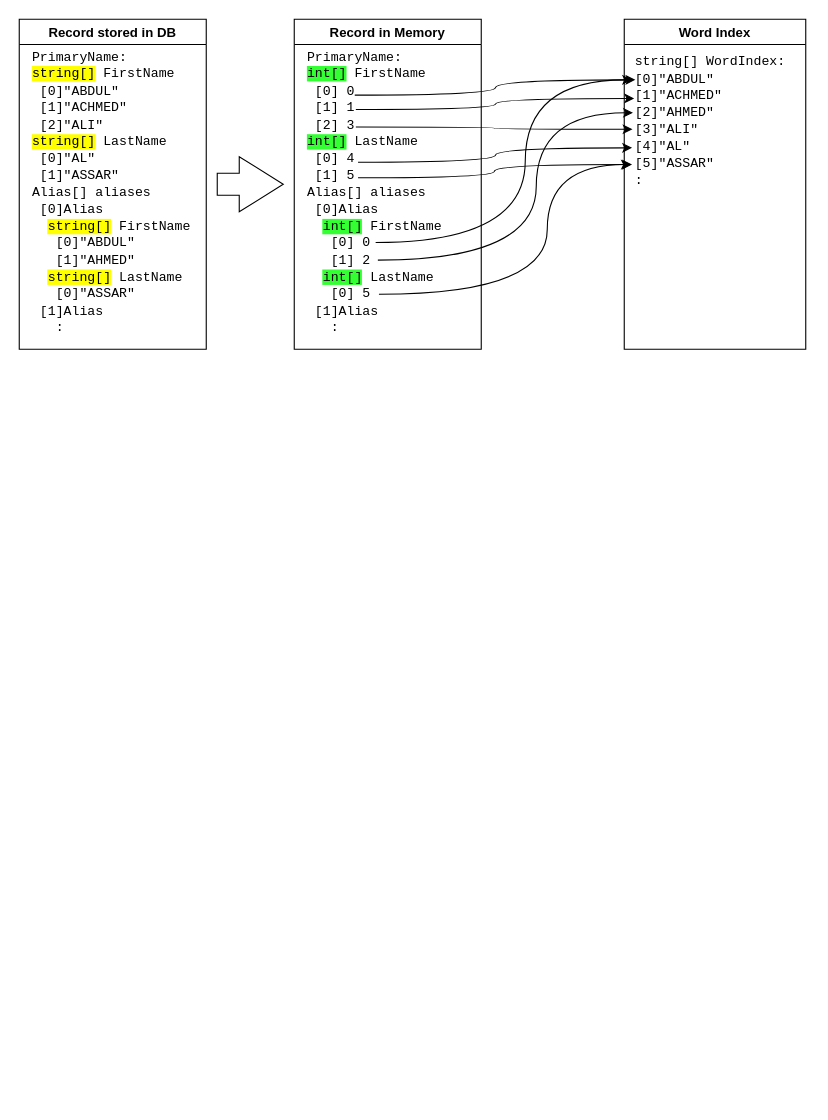
feifel/notion keeps this draw.io diagram as Diagrams/AnaSys/CoFi/InMemory-List-Record-Structure.drawio. Above is the earlier version. Source tidied: cells renumbered, new cells numbered last; positions are measured from the earlier drawing's top-left corner, leaving out a move shared by most shapes. Both pictures are drawn from the tidied source at 110%, with x=0, y=0 at pixel (19, 19).
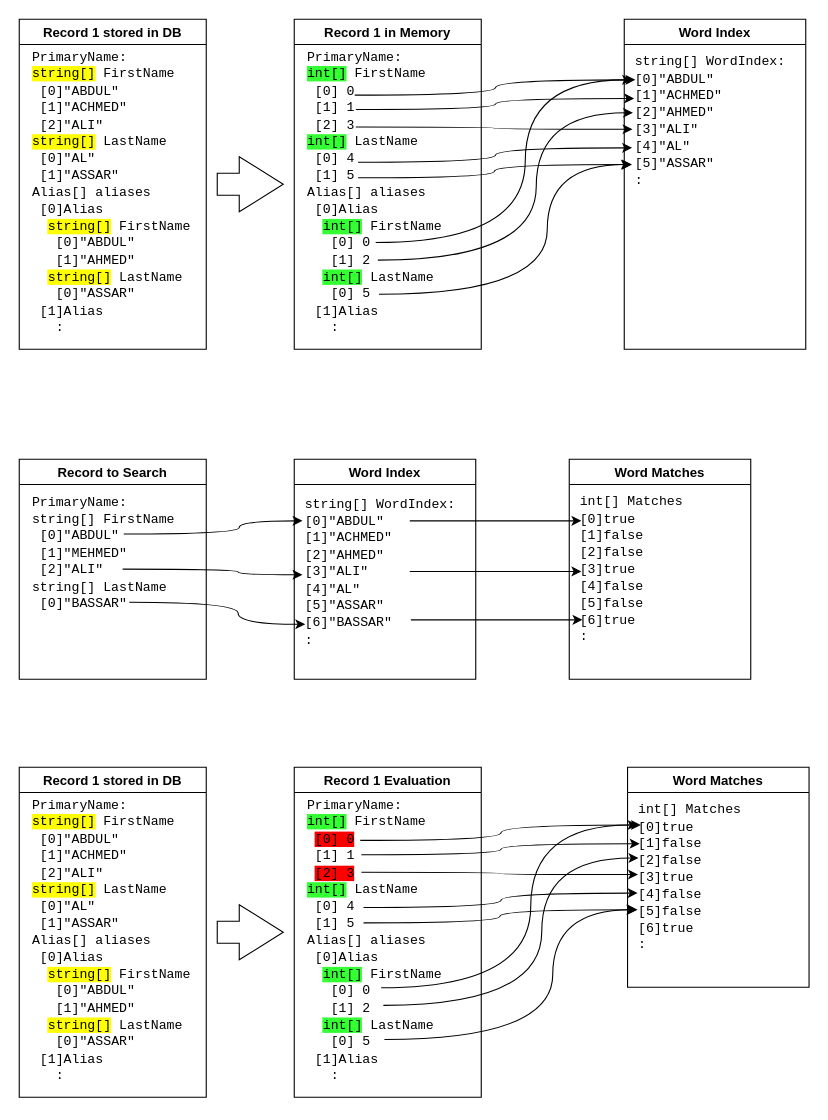
The same page after the edit.

What changed in the source:
```diff
@@
-    <mxCell id="2" value="Record stored in DB" style="swimlane;" parent="1" vertex="1">
+    <mxCell id="2" value="Record 1 stored in DB" style="swimlane;" parent="1" vertex="1">
       <mxGeometry width="170" height="300" as="geometry" />
     </mxCell>
@@
-    <mxCell id="6" value="Record in Memory" style="swimlane;" parent="1" vertex="1">
+    <mxCell id="6" value="Record 1 in Memory" style="swimlane;" parent="1" vertex="1">
       <mxGeometry x="250" width="170" height="300" as="geometry" />
     </mxCell>
@@
+    <mxCell id="17" value="Record to Search" style="swimlane;" parent="1" vertex="1">
+      <mxGeometry y="400" width="170" height="200" as="geometry" />
+    </mxCell>
+    <mxCell id="18" value="&lt;div align=&quot;left&quot;&gt;&lt;span style=&quot;background-color: rgb(255 , 255 , 255)&quot;&gt;&lt;font face=&quot;Courier New&quot;&gt;PrimaryName:&lt;br&gt;&lt;/font&gt;&lt;/span&gt;&lt;/div&gt;&lt;div align=&quot;left&quot;&gt;&lt;span style=&quot;background-color: rgb(255 , 255 , 255)&quot;&gt;&lt;font face=&quot;Courier New&quot;&gt;string[] FirstName&lt;br&gt;&lt;/font&gt;&lt;/span&gt;&lt;/div&gt;&lt;div align=&quot;left&quot;&gt;&lt;span style=&quot;background-color: rgb(255 , 255 , 255)&quot;&gt;&lt;font face=&quot;Courier New&quot;&gt;&amp;nbsp;[0]&quot;ABDUL&quot;&lt;/font&gt;&lt;/span&gt;&lt;/div&gt;&lt;div align=&quot;left&quot;&gt;&lt;span style=&quot;background-color: rgb(255 , 255 , 255)&quot;&gt;&lt;font face=&quot;Courier New&quot;&gt;&amp;nbsp;[1]&quot;MEHMED&quot;&lt;/font&gt;&lt;/span&gt;&lt;/div&gt;&lt;div align=&quot;left&quot;&gt;&lt;span style=&quot;background-color: rgb(255 , 255 , 255)&quot;&gt;&lt;font face=&quot;Courier New&quot;&gt;&amp;nbsp;&lt;/font&gt;&lt;font face=&quot;Courier New&quot;&gt;&lt;font face=&quot;Courier New&quot;&gt;[2]&lt;/font&gt;&quot;ALI&quot;&lt;br&gt;&lt;/font&gt;&lt;/span&gt;&lt;/div&gt;&lt;div align=&quot;left&quot;&gt;&lt;span style=&quot;background-color: rgb(255 , 255 , 255)&quot;&gt;&lt;font face=&quot;Courier New&quot;&gt;string[] LastName &lt;br&gt;&lt;/font&gt;&lt;/span&gt;&lt;/div&gt;&lt;div align=&quot;left&quot;&gt;&lt;span style=&quot;background-color: rgb(255 , 255 , 255)&quot;&gt;&lt;font face=&quot;Courier New&quot;&gt;&amp;nbsp;&lt;/font&gt;&lt;font face=&quot;Courier New&quot;&gt;&lt;font face=&quot;Courier New&quot;&gt;[0]&lt;/font&gt;&quot;BASSAR&quot;&lt;/font&gt;&lt;/span&gt;&lt;/div&gt;" style="text;html=1;align=left;verticalAlign=middle;" parent="17" vertex="1">
+      <mxGeometry x="10" y="30" width="150" height="110" as="geometry" />
+    </mxCell>
+    <mxCell id="19" value="Word Index" style="swimlane;" parent="1" vertex="1">
+      <mxGeometry x="250" y="400" width="165" height="200" as="geometry" />
+    </mxCell>
+    <mxCell id="20" value="&lt;div&gt;&lt;font face=&quot;Courier New&quot;&gt;string[] WordIndex:&lt;br&gt;&lt;/font&gt;&lt;/div&gt;&lt;div&gt;&lt;font face=&quot;Courier New&quot;&gt;[0]&quot;ABDUL&quot;&lt;/font&gt;&lt;/div&gt;&lt;div align=&quot;left&quot;&gt;&lt;font face=&quot;Courier New&quot;&gt;&lt;font face=&quot;Courier New&quot;&gt;[1]&lt;/font&gt;&quot;ACHMED&quot;&lt;/font&gt;&lt;/div&gt;&lt;div align=&quot;left&quot;&gt;&lt;font face=&quot;Courier New&quot;&gt;&lt;font face=&quot;Courier New&quot;&gt;[2]&lt;/font&gt;&quot;AHMED&quot;&lt;/font&gt;&lt;/div&gt;&lt;div align=&quot;left&quot;&gt;&lt;font face=&quot;Courier New&quot;&gt;&lt;font face=&quot;Courier New&quot;&gt;[3]&lt;/font&gt;&quot;ALI&quot;&lt;br&gt;&lt;/font&gt;&lt;/div&gt;&lt;font face=&quot;Courier New&quot;&gt;&lt;font face=&quot;Courier New&quot;&gt;[4]&lt;/font&gt;&quot;AL&quot;&lt;/font&gt;&lt;div align=&quot;left&quot;&gt;&lt;font face=&quot;Courier New&quot;&gt;&lt;font face=&quot;Courier New&quot;&gt;[5]&lt;/font&gt;&quot;ASSAR&quot;&lt;/font&gt;&lt;/div&gt;&lt;div align=&quot;left&quot;&gt;&lt;font face=&quot;Courier New&quot;&gt;[6]&quot;BASSAR&quot;&lt;br&gt;&lt;/font&gt;&lt;/div&gt;&lt;div align=&quot;left&quot;&gt;&lt;font face=&quot;Courier New&quot;&gt;:&lt;br&gt;&lt;/font&gt;&lt;/div&gt;&lt;div align=&quot;left&quot;&gt;&lt;font face=&quot;Courier New&quot;&gt;&lt;br&gt;&lt;/font&gt;&lt;/div&gt;" style="text;html=1;align=left;verticalAlign=middle;points=[];" parent="19" vertex="1">
+      <mxGeometry x="7.5" y="35" width="150" height="150" as="geometry" />
+    </mxCell>
+    <mxCell id="21" value="Word Matches" style="swimlane;" parent="1" vertex="1">
+      <mxGeometry x="500" y="400" width="165" height="200" as="geometry" />
+    </mxCell>
+    <mxCell id="22" value="&lt;div&gt;&lt;font face=&quot;Courier New&quot;&gt;int[] Matches&lt;br&gt;&lt;/font&gt;&lt;/div&gt;&lt;div&gt;&lt;font face=&quot;Courier New&quot;&gt;[0]true&lt;/font&gt;&lt;/div&gt;&lt;div align=&quot;left&quot;&gt;&lt;font face=&quot;Courier New&quot;&gt;&lt;font face=&quot;Courier New&quot;&gt;[1]&lt;/font&gt;false&lt;/font&gt;&lt;/div&gt;&lt;div align=&quot;left&quot;&gt;&lt;font face=&quot;Courier New&quot;&gt;&lt;font face=&quot;Courier New&quot;&gt;[2]&lt;/font&gt;false&lt;/font&gt;&lt;/div&gt;&lt;div align=&quot;left&quot;&gt;&lt;font face=&quot;Courier New&quot;&gt;&lt;font face=&quot;Courier New&quot;&gt;[3]&lt;/font&gt;true&lt;br&gt;&lt;/font&gt;&lt;/div&gt;&lt;font face=&quot;Courier New&quot;&gt;&lt;font face=&quot;Courier New&quot;&gt;[4]false&lt;/font&gt;&lt;/font&gt;&lt;div align=&quot;left&quot;&gt;&lt;font face=&quot;Courier New&quot;&gt;&lt;font face=&quot;Courier New&quot;&gt;[5]&lt;/font&gt;false&lt;/font&gt;&lt;/div&gt;&lt;div align=&quot;left&quot;&gt;&lt;font face=&quot;Courier New&quot;&gt;&lt;font face=&quot;Courier New&quot;&gt;[6]true&lt;/font&gt;&lt;/font&gt;&lt;/div&gt;&lt;div align=&quot;left&quot;&gt;&lt;font face=&quot;Courier New&quot;&gt;:&lt;br&gt;&lt;/font&gt;&lt;/div&gt;" style="text;html=1;align=left;verticalAlign=middle;" parent="21" vertex="1">
+      <mxGeometry x="7.5" y="30" width="110" height="140" as="geometry" />
+    </mxCell>
+    <mxCell id="23" style="edgeStyle=orthogonalEdgeStyle;rounded=0;jettySize=auto;html=1;elbow=vertical;curved=1;" parent="1" edge="1" target="20">
+      <mxGeometry relative="1" as="geometry">
+        <mxPoint x="95" y="467.9" as="sourcePoint" />
+        <Array as="points">
+          <mxPoint x="200" y="468" />
+          <mxPoint x="200" y="456" />
+        </Array>
+      </mxGeometry>
+    </mxCell>
+    <mxCell id="24" style="edgeStyle=orthogonalEdgeStyle;rounded=0;jettySize=auto;html=1;elbow=vertical;curved=1;" parent="1" edge="1" target="20">
+      <mxGeometry relative="1" as="geometry">
+        <mxPoint x="94" y="499.9" as="sourcePoint" />
+        <Array as="points">
+          <mxPoint x="199" y="500" />
+          <mxPoint x="199" y="505" />
+        </Array>
+      </mxGeometry>
+    </mxCell>
+    <mxCell id="25" style="edgeStyle=orthogonalEdgeStyle;rounded=0;orthogonalLoop=1;jettySize=auto;html=1;elbow=vertical;curved=1;" parent="1" edge="1">
+      <mxGeometry relative="1" as="geometry">
+        <mxPoint x="100" y="530" as="sourcePoint" />
+        <mxPoint x="260" y="550" as="targetPoint" />
+        <Array as="points">
+          <mxPoint x="199" y="530" />
+          <mxPoint x="199" y="550" />
+        </Array>
+      </mxGeometry>
+    </mxCell>
+    <mxCell id="26" style="endArrow=classic;html=1;" parent="1" edge="1">
+      <mxGeometry relative="1" as="geometry">
+        <mxPoint x="355" y="456" as="sourcePoint" />
+        <mxPoint x="511" y="456" as="targetPoint" />
+      </mxGeometry>
+    </mxCell>
+    <mxCell id="27" style="endArrow=classic;html=1;" parent="1" edge="1">
+      <mxGeometry relative="1" as="geometry">
+        <mxPoint x="355" y="502" as="sourcePoint" />
+        <mxPoint x="511" y="502" as="targetPoint" />
+      </mxGeometry>
+    </mxCell>
+    <mxCell id="28" style="endArrow=classic;html=1;" parent="1" edge="1">
+      <mxGeometry relative="1" as="geometry">
+        <mxPoint x="356" y="546" as="sourcePoint" />
+        <mxPoint x="512" y="546" as="targetPoint" />
+      </mxGeometry>
+    </mxCell>
+    <mxCell id="29" value="Record 1 Evaluation" style="swimlane;" parent="1" vertex="1">
+      <mxGeometry x="250" y="680" width="170" height="300" as="geometry" />
+    </mxCell>
+    <mxCell id="30" value="&lt;div align=&quot;left&quot;&gt;&lt;font face=&quot;Courier New&quot;&gt;PrimaryName:&lt;br&gt;&lt;/font&gt;&lt;/div&gt;&lt;div align=&quot;left&quot;&gt;&lt;font face=&quot;Courier New&quot;&gt;&lt;span style=&quot;background-color: rgb(51 , 255 , 51)&quot;&gt;int[]&lt;/span&gt; FirstName&lt;br&gt;&lt;/font&gt;&lt;/div&gt;&lt;div align=&quot;left&quot;&gt;&lt;font face=&quot;Courier New&quot;&gt;&amp;nbsp;&lt;span style=&quot;background-color: rgb(255 , 0 , 0)&quot;&gt;[0] 0&lt;/span&gt;&lt;br&gt;&lt;/font&gt;&lt;/div&gt;&lt;div align=&quot;left&quot;&gt;&lt;font face=&quot;Courier New&quot;&gt;&amp;nbsp;[1] 1&lt;br&gt;&lt;/font&gt;&lt;/div&gt;&lt;div align=&quot;left&quot;&gt;&lt;font face=&quot;Courier New&quot;&gt;&amp;nbsp;&lt;/font&gt;&lt;font face=&quot;Courier New&quot;&gt;&lt;span style=&quot;background-color: rgb(255 , 0 , 0)&quot;&gt;&lt;font face=&quot;Courier New&quot;&gt;[2]&lt;/font&gt; 3&lt;/span&gt;&lt;br&gt;&lt;/font&gt;&lt;/div&gt;&lt;div align=&quot;left&quot;&gt;&lt;font face=&quot;Courier New&quot;&gt;&lt;span style=&quot;background-color: rgb(51 , 255 , 51)&quot;&gt;int[]&lt;/span&gt; LastName &lt;br&gt;&lt;/font&gt;&lt;/div&gt;&lt;div align=&quot;left&quot;&gt;&lt;font face=&quot;Courier New&quot;&gt;&amp;nbsp;&lt;/font&gt;&lt;font face=&quot;Courier New&quot;&gt;&lt;font face=&quot;Courier New&quot;&gt;[0]&lt;/font&gt; 4&lt;/font&gt;&lt;/div&gt;&lt;div align=&quot;left&quot;&gt;&lt;font face=&quot;Courier New&quot;&gt;&amp;nbsp;&lt;/font&gt;&lt;font face=&quot;Courier New&quot;&gt;&lt;font face=&quot;Courier New&quot;&gt;[1]&lt;/font&gt; 5&lt;br&gt;&lt;/font&gt;&lt;/div&gt;&lt;div align=&quot;left&quot;&gt;&lt;font face=&quot;Courier New&quot;&gt;Alias[] aliases&lt;/font&gt;&lt;/div&gt;&lt;div align=&quot;left&quot;&gt;&lt;font face=&quot;Courier New&quot;&gt;&amp;nbsp;[0]Alias&lt;br&gt;&lt;/font&gt;&lt;/div&gt;&lt;div align=&quot;left&quot;&gt;&lt;font face=&quot;Courier New&quot;&gt;&amp;nbsp; &lt;span style=&quot;background-color: rgb(51 , 255 , 51)&quot;&gt;int[]&lt;/span&gt; FirstName&lt;br&gt;&lt;/font&gt;&lt;/div&gt;&lt;div align=&quot;left&quot;&gt;&lt;font face=&quot;Courier New&quot;&gt;&amp;nbsp;&amp;nbsp; &lt;/font&gt;&lt;font face=&quot;Courier New&quot;&gt;&lt;font face=&quot;Courier New&quot;&gt;[0] &lt;/font&gt;0&lt;/font&gt;&lt;/div&gt;&lt;div align=&quot;left&quot;&gt;&lt;font face=&quot;Courier New&quot;&gt;&amp;nbsp;&amp;nbsp; &lt;/font&gt;&lt;font face=&quot;Courier New&quot;&gt;&lt;font face=&quot;Courier New&quot;&gt;[1]&lt;/font&gt; 2&lt;/font&gt;&lt;/div&gt;&lt;div align=&quot;left&quot;&gt;&lt;font face=&quot;Courier New&quot;&gt;&amp;nbsp; &lt;span style=&quot;background-color: rgb(51 , 255 , 51)&quot;&gt;int[]&lt;/span&gt; LastName&lt;br&gt;&lt;/font&gt;&lt;/div&gt;&lt;div align=&quot;left&quot;&gt;&lt;font face=&quot;Courier New&quot;&gt;&amp;nbsp;&amp;nbsp; &lt;/font&gt;&lt;font face=&quot;Courier New&quot;&gt;&lt;font face=&quot;Courier New&quot;&gt;[0]&lt;/font&gt; 5&lt;br&gt;&lt;/font&gt;&lt;/div&gt;&lt;div align=&quot;left&quot;&gt;&lt;font face=&quot;Courier New&quot;&gt;&amp;nbsp;&lt;/font&gt;&lt;font face=&quot;Courier New&quot;&gt;&lt;font face=&quot;Courier New&quot;&gt;[1]&lt;/font&gt;Alias&lt;br&gt;&lt;/font&gt;&lt;/div&gt;&lt;div align=&quot;left&quot;&gt;&lt;font face=&quot;Courier New&quot;&gt;&amp;nbsp;&amp;nbsp; :&lt;/font&gt;&lt;/div&gt;&lt;div align=&quot;left&quot;&gt;&lt;font face=&quot;Courier New&quot;&gt;&amp;nbsp;&amp;nbsp; &lt;br&gt;&lt;/font&gt;&lt;/div&gt;" style="text;html=1;align=left;verticalAlign=middle;" parent="29" vertex="1">
+      <mxGeometry x="10" y="31" width="132" height="268" as="geometry" />
+    </mxCell>
+    <mxCell id="31" value="Word Matches" style="swimlane;" parent="1" vertex="1">
+      <mxGeometry x="553" y="680" width="165" height="200" as="geometry" />
+    </mxCell>
+    <mxCell id="32" value="&lt;div&gt;&lt;font face=&quot;Courier New&quot;&gt;int[] Matches&lt;br&gt;&lt;/font&gt;&lt;/div&gt;&lt;div&gt;&lt;font face=&quot;Courier New&quot;&gt;[0]true&lt;/font&gt;&lt;/div&gt;&lt;div align=&quot;left&quot;&gt;&lt;font face=&quot;Courier New&quot;&gt;&lt;font face=&quot;Courier New&quot;&gt;[1]&lt;/font&gt;false&lt;/font&gt;&lt;/div&gt;&lt;div align=&quot;left&quot;&gt;&lt;font face=&quot;Courier New&quot;&gt;&lt;font face=&quot;Courier New&quot;&gt;[2]&lt;/font&gt;false&lt;/font&gt;&lt;/div&gt;&lt;div align=&quot;left&quot;&gt;&lt;font face=&quot;Courier New&quot;&gt;&lt;font face=&quot;Courier New&quot;&gt;[3]&lt;/font&gt;true&lt;br&gt;&lt;/font&gt;&lt;/div&gt;&lt;font face=&quot;Courier New&quot;&gt;&lt;font face=&quot;Courier New&quot;&gt;[4]false&lt;/font&gt;&lt;/font&gt;&lt;div align=&quot;left&quot;&gt;&lt;font face=&quot;Courier New&quot;&gt;&lt;font face=&quot;Courier New&quot;&gt;[5]&lt;/font&gt;false&lt;/font&gt;&lt;/div&gt;&lt;div align=&quot;left&quot;&gt;&lt;font face=&quot;Courier New&quot;&gt;&lt;font face=&quot;Courier New&quot;&gt;[6]true&lt;/font&gt;&lt;/font&gt;&lt;/div&gt;&lt;div align=&quot;left&quot;&gt;&lt;font face=&quot;Courier New&quot;&gt;:&lt;br&gt;&lt;/font&gt;&lt;/div&gt;" style="text;html=1;align=left;verticalAlign=middle;" parent="31" vertex="1">
+      <mxGeometry x="7.5" y="30" width="110" height="140" as="geometry" />
+    </mxCell>
+    <mxCell id="33" style="edgeStyle=orthogonalEdgeStyle;rounded=0;orthogonalLoop=1;jettySize=auto;html=1;elbow=vertical;curved=1;entryX=0.017;entryY=0.179;entryDx=0;entryDy=0;entryPerimeter=0;" parent="1" edge="1">
+      <mxGeometry relative="1" as="geometry">
+        <mxPoint x="310" y="746.5" as="sourcePoint" />
+        <mxPoint x="565.1" y="732.5" as="targetPoint" />
+        <Array as="points">
+          <mxPoint x="438" y="746.5" />
+          <mxPoint x="438" y="732.5" />
+        </Array>
+      </mxGeometry>
+    </mxCell>
+    <mxCell id="34" style="edgeStyle=orthogonalEdgeStyle;rounded=0;orthogonalLoop=1;jettySize=auto;html=1;elbow=vertical;curved=1;" parent="1" edge="1">
+      <mxGeometry relative="1" as="geometry">
+        <mxPoint x="311" y="775.5" as="sourcePoint" />
+        <mxPoint x="562.5" y="777.5" as="targetPoint" />
+        <Array as="points">
+          <mxPoint x="437" y="775.5" />
+          <mxPoint x="437" y="777.5" />
+        </Array>
+      </mxGeometry>
+    </mxCell>
+    <mxCell id="35" style="edgeStyle=orthogonalEdgeStyle;rounded=0;orthogonalLoop=1;jettySize=auto;html=1;elbow=vertical;curved=1;entryX=-0.003;entryY=0.621;entryDx=0;entryDy=0;entryPerimeter=0;" parent="1" edge="1">
+      <mxGeometry relative="1" as="geometry">
+        <mxPoint x="313" y="807.5" as="sourcePoint" />
+        <mxPoint x="562.1" y="794.4" as="targetPoint" />
+        <Array as="points">
+          <mxPoint x="438" y="807.5" />
+          <mxPoint x="438" y="794.5" />
+        </Array>
+      </mxGeometry>
+    </mxCell>
+    <mxCell id="36" style="edgeStyle=orthogonalEdgeStyle;rounded=0;orthogonalLoop=1;jettySize=auto;html=1;elbow=vertical;curved=1;entryX=-0.01;entryY=0.729;entryDx=0;entryDy=0;entryPerimeter=0;" parent="1" edge="1">
+      <mxGeometry relative="1" as="geometry">
+        <mxPoint x="313" y="821.5" as="sourcePoint" />
+        <mxPoint x="561" y="809.5" as="targetPoint" />
+        <Array as="points">
+          <mxPoint x="437" y="821.5" />
+          <mxPoint x="437" y="809.5" />
+        </Array>
+      </mxGeometry>
+    </mxCell>
+    <mxCell id="37" style="edgeStyle=orthogonalEdgeStyle;rounded=0;orthogonalLoop=1;jettySize=auto;html=1;elbow=vertical;curved=1;entryX=-0.003;entryY=0.179;entryDx=0;entryDy=0;entryPerimeter=0;" parent="1" edge="1">
+      <mxGeometry relative="1" as="geometry">
+        <mxPoint x="329" y="880.5" as="sourcePoint" />
+        <mxPoint x="562.1" y="732.5" as="targetPoint" />
+        <Array as="points">
+          <mxPoint x="465" y="880.5" />
+          <mxPoint x="465" y="732.5" />
+        </Array>
+      </mxGeometry>
+    </mxCell>
+    <mxCell id="38" style="edgeStyle=orthogonalEdgeStyle;rounded=0;orthogonalLoop=1;jettySize=auto;html=1;elbow=vertical;curved=1;entryX=0.003;entryY=0.393;entryDx=0;entryDy=0;entryPerimeter=0;" parent="1" edge="1">
+      <mxGeometry relative="1" as="geometry">
+        <mxPoint x="331" y="896.5" as="sourcePoint" />
+        <mxPoint x="562.9" y="762.5" as="targetPoint" />
+        <Array as="points">
+          <mxPoint x="475" y="896.5" />
+          <mxPoint x="475" y="762.5" />
+        </Array>
+      </mxGeometry>
+    </mxCell>
+    <mxCell id="39" style="edgeStyle=orthogonalEdgeStyle;rounded=0;orthogonalLoop=1;jettySize=auto;html=1;elbow=vertical;curved=1;entryX=-0.003;entryY=0.729;entryDx=0;entryDy=0;entryPerimeter=0;" parent="1" edge="1">
+      <mxGeometry relative="1" as="geometry">
+        <mxPoint x="332" y="927.5" as="sourcePoint" />
+        <mxPoint x="562.1" y="809.5" as="targetPoint" />
+        <Array as="points">
+          <mxPoint x="485" y="927.5" />
+          <mxPoint x="485" y="809.5" />
+        </Array>
+      </mxGeometry>
+    </mxCell>
+    <mxCell id="40" style="edgeStyle=orthogonalEdgeStyle;rounded=0;orthogonalLoop=1;jettySize=auto;html=1;elbow=vertical;curved=1;entryX=0.01;entryY=0.3;entryDx=0;entryDy=0;entryPerimeter=0;" parent="1" edge="1">
+      <mxGeometry relative="1" as="geometry">
+        <mxPoint x="311" y="759.5" as="sourcePoint" />
+        <mxPoint x="564" y="749.5" as="targetPoint" />
+        <Array as="points">
+          <mxPoint x="438" y="759.5" />
+          <mxPoint x="438" y="749.5" />
+        </Array>
+      </mxGeometry>
+    </mxCell>
+    <mxCell id="41" value="Record 1 stored in DB" style="swimlane;" parent="1" vertex="1">
+      <mxGeometry y="680" width="170" height="300" as="geometry" />
+    </mxCell>
+    <mxCell id="42" value="&lt;div align=&quot;left&quot;&gt;&lt;font face=&quot;Courier New&quot;&gt;PrimaryName:&lt;br&gt;&lt;/font&gt;&lt;/div&gt;&lt;div align=&quot;left&quot;&gt;&lt;font face=&quot;Courier New&quot;&gt;&lt;span style=&quot;background-color: rgb(255 , 255 , 0)&quot;&gt;string[]&lt;/span&gt; FirstName&lt;br&gt;&lt;/font&gt;&lt;/div&gt;&lt;div align=&quot;left&quot;&gt;&lt;font face=&quot;Courier New&quot;&gt;&amp;nbsp;[0]&quot;ABDUL&quot;&lt;/font&gt;&lt;/div&gt;&lt;div align=&quot;left&quot;&gt;&lt;font face=&quot;Courier New&quot;&gt;&amp;nbsp;[1]&quot;ACHMED&quot;&lt;/font&gt;&lt;/div&gt;&lt;div align=&quot;left&quot;&gt;&lt;font face=&quot;Courier New&quot;&gt;&amp;nbsp;&lt;/font&gt;&lt;font face=&quot;Courier New&quot;&gt;&lt;font face=&quot;Courier New&quot;&gt;[2]&lt;/font&gt;&quot;ALI&quot;&lt;br&gt;&lt;/font&gt;&lt;/div&gt;&lt;div align=&quot;left&quot;&gt;&lt;font face=&quot;Courier New&quot;&gt;&lt;span style=&quot;background-color: rgb(255 , 255 , 0)&quot;&gt;string[]&lt;/span&gt; LastName &lt;br&gt;&lt;/font&gt;&lt;/div&gt;&lt;div align=&quot;left&quot;&gt;&lt;font face=&quot;Courier New&quot;&gt;&amp;nbsp;&lt;/font&gt;&lt;font face=&quot;Courier New&quot;&gt;&lt;font face=&quot;Courier New&quot;&gt;[0]&lt;/font&gt;&quot;AL&quot;&lt;/font&gt;&lt;/div&gt;&lt;div align=&quot;left&quot;&gt;&lt;font face=&quot;Courier New&quot;&gt;&amp;nbsp;&lt;/font&gt;&lt;font face=&quot;Courier New&quot;&gt;&lt;font face=&quot;Courier New&quot;&gt;[1]&lt;/font&gt;&quot;ASSAR&quot;&lt;/font&gt;&lt;/div&gt;&lt;div align=&quot;left&quot;&gt;&lt;font face=&quot;Courier New&quot;&gt;Alias[] aliases&lt;/font&gt;&lt;/div&gt;&lt;div align=&quot;left&quot;&gt;&lt;font face=&quot;Courier New&quot;&gt;&amp;nbsp;[0]Alias&lt;br&gt;&lt;/font&gt;&lt;/div&gt;&lt;div align=&quot;left&quot;&gt;&lt;font face=&quot;Courier New&quot;&gt;&amp;nbsp; &lt;span style=&quot;background-color: rgb(255 , 255 , 0)&quot;&gt;string[]&lt;/span&gt; FirstName&lt;br&gt;&lt;/font&gt;&lt;/div&gt;&lt;div align=&quot;left&quot;&gt;&lt;font face=&quot;Courier New&quot;&gt;&amp;nbsp;&amp;nbsp; &lt;/font&gt;&lt;font face=&quot;Courier New&quot;&gt;&lt;font face=&quot;Courier New&quot;&gt;[0]&lt;/font&gt;&quot;ABDUL&quot;&lt;/font&gt;&lt;/div&gt;&lt;div align=&quot;left&quot;&gt;&lt;font face=&quot;Courier New&quot;&gt;&amp;nbsp;&amp;nbsp; &lt;/font&gt;&lt;font face=&quot;Courier New&quot;&gt;&lt;font face=&quot;Courier New&quot;&gt;[1]&lt;/font&gt;&quot;AHMED&quot;&lt;/font&gt;&lt;/div&gt;&lt;div align=&quot;left&quot;&gt;&lt;font face=&quot;Courier New&quot;&gt;&amp;nbsp; &lt;span style=&quot;background-color: rgb(255 , 255 , 0)&quot;&gt;string[]&lt;/span&gt; LastName&lt;br&gt;&lt;/font&gt;&lt;/div&gt;&lt;div align=&quot;left&quot;&gt;&lt;font face=&quot;Courier New&quot;&gt;&amp;nbsp;&amp;nbsp; &lt;/font&gt;&lt;font face=&quot;Courier New&quot;&gt;&lt;font face=&quot;Courier New&quot;&gt;[0]&lt;/font&gt;&quot;ASSAR&quot;&lt;br&gt;&lt;/font&gt;&lt;/div&gt;&lt;div align=&quot;left&quot;&gt;&lt;font face=&quot;Courier New&quot;&gt;&amp;nbsp;&lt;/font&gt;&lt;font face=&quot;Courier New&quot;&gt;&lt;font face=&quot;Courier New&quot;&gt;[1]&lt;/font&gt;Alias&lt;br&gt;&lt;/font&gt;&lt;/div&gt;&lt;div align=&quot;left&quot;&gt;&lt;font face=&quot;Courier New&quot;&gt;&amp;nbsp;&amp;nbsp; :&lt;/font&gt;&lt;/div&gt;&lt;div align=&quot;left&quot;&gt;&lt;font face=&quot;Courier New&quot;&gt;&amp;nbsp;&amp;nbsp; &lt;br&gt;&lt;/font&gt;&lt;/div&gt;" style="text;html=1;align=left;verticalAlign=middle;" parent="41" vertex="1">
+      <mxGeometry x="10" y="31" width="154" height="268" as="geometry" />
+    </mxCell>
+    <mxCell id="43" style="html=1;shadow=0;dashed=0;align=center;verticalAlign=middle;shape=mxgraph.arrows2.arrow;dy=0.6;dx=40;notch=0;" parent="1" vertex="1">
+      <mxGeometry x="180" y="805" width="60" height="50" as="geometry" />
+    </mxCell>
```
